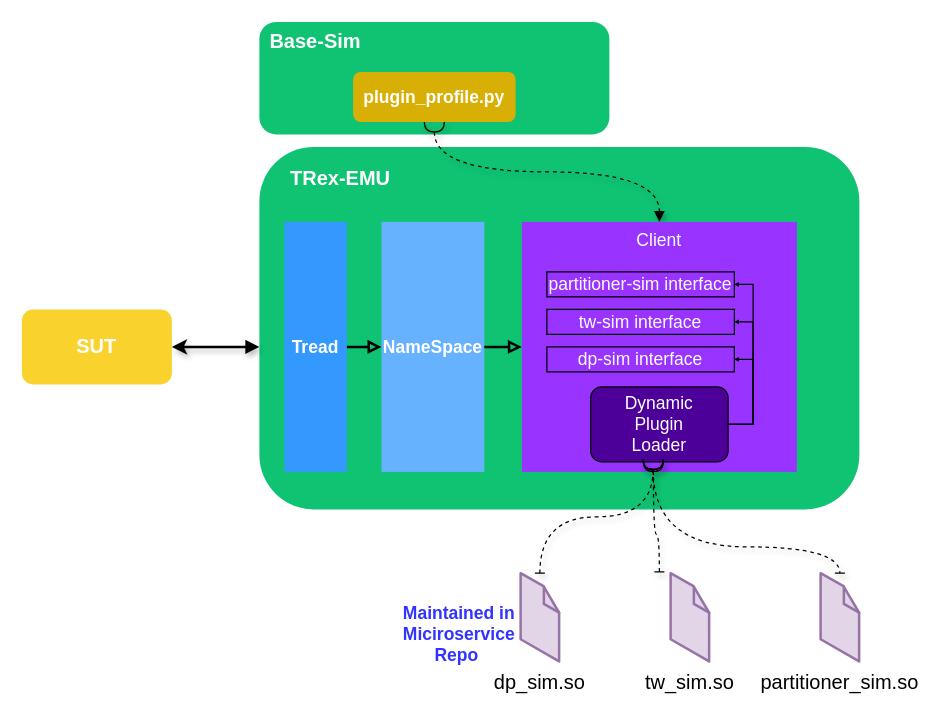
Before: page "第 4 页" (4 of 9) of 未命名绘图.drawio in SunLucc/Test, a draw.io diagram. Source tidied: cells renumbered, new cells numbered last; positions are measured from the earlier drawing's top-left corner, leaving out a move shared by most shapes. Both pictures are drawn from the tidied source at 125%, with x=0, y=0 at pixel (21, 21).
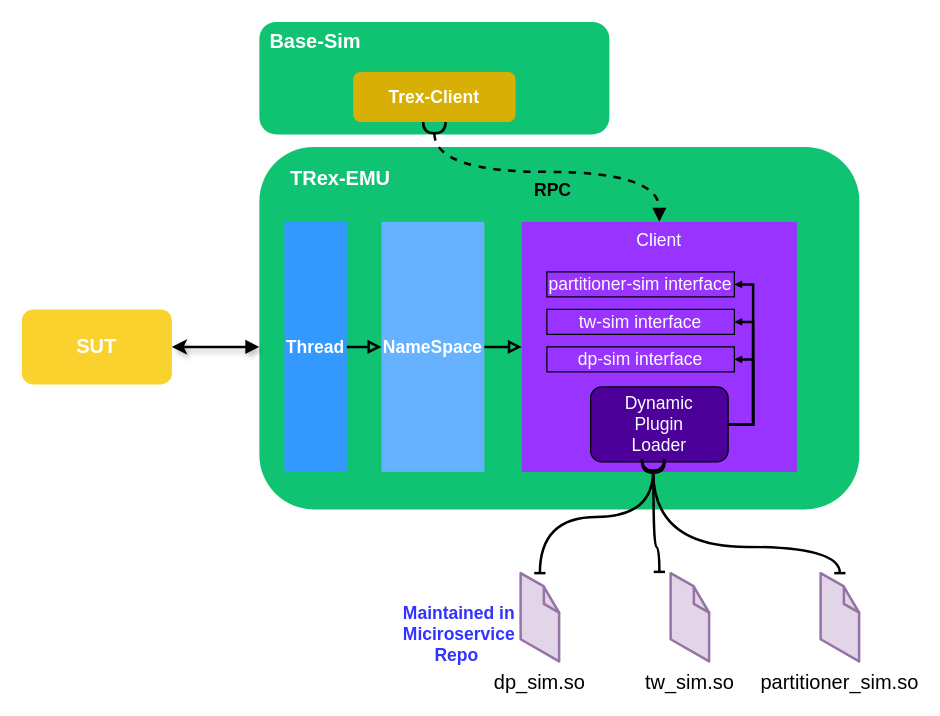
The same diagram, later.

The change refers to these unchanged cells:
```xml
<mxCell id="3" value="&lt;font face=&quot;Helvetica&quot;&gt;dp_sim.so&lt;/font&gt;" style="verticalLabelPosition=bottom;html=1;verticalAlign=top;strokeWidth=1;align=center;outlineConnect=0;dashed=0;outlineConnect=0;shape=mxgraph.aws3d.file;strokeColor=#9673a6;rounded=1;shadow=0;labelBackgroundColor=none;fillStyle=auto;fontFamily=Comic Sans MS;fontSize=16;fillColor=#e1d5e7;" parent="1" vertex="1">
  <mxGeometry x="399" y="441" width="30.8" height="70.6" as="geometry" />
</mxCell>
<mxCell id="5" value="&lt;font face=&quot;Helvetica&quot;&gt;partitioner_sim.so&lt;/font&gt;" style="verticalLabelPosition=bottom;html=1;verticalAlign=top;strokeWidth=1;align=center;outlineConnect=0;dashed=0;outlineConnect=0;shape=mxgraph.aws3d.file;strokeColor=#9673a6;rounded=1;shadow=0;labelBackgroundColor=none;fillStyle=auto;fontFamily=Comic Sans MS;fontSize=16;fillColor=#e1d5e7;" parent="1" vertex="1">
  <mxGeometry x="639" y="441" width="30.8" height="70.6" as="geometry" />
</mxCell>
<mxCell id="14" style="group;" parent="1" vertex="1">
  <mxGeometry x="210" y="160" width="410" height="200" as="geometry" />
</mxCell>
<mxCell id="18" style="rounded=0;whiteSpace=wrap;html=1;strokeColor=none;fontFamily=Helvetica;fontSize=14;fontColor=#FFFFFF;fillColor=#9933FF;" parent="14" vertex="1">
  <mxGeometry x="190" width="220" height="200" as="geometry" />
</mxCell>
<mxCell id="23" value="&lt;font style=&quot;font-size: 14px;&quot;&gt;Dynamic&lt;br style=&quot;border-color: var(--border-color);&quot;&gt;Plugin&lt;br&gt;Loader&lt;br&gt;&lt;/font&gt;" style="rounded=1;whiteSpace=wrap;html=1;strokeColor=default;fontFamily=Helvetica;fontColor=#FFFFFF;fillColor=#4C0099;" parent="14" vertex="1">
  <mxGeometry x="245" y="132" width="110" height="60" as="geometry" />
</mxCell>
<mxCell id="24" value="dp-sim interface" style="rounded=0;whiteSpace=wrap;html=1;strokeColor=default;fontFamily=Helvetica;fontSize=14;fontColor=#FFFFFF;fillColor=none;" parent="14" vertex="1">
  <mxGeometry x="210" y="100" width="150" height="20" as="geometry" />
</mxCell>
<mxCell id="25" value="tw-sim interface" style="rounded=0;whiteSpace=wrap;html=1;strokeColor=default;fontFamily=Helvetica;fontSize=14;fontColor=#FFFFFF;fillColor=none;" parent="14" vertex="1">
  <mxGeometry x="210" y="70" width="150" height="20" as="geometry" />
</mxCell>
<mxCell id="26" value="partitioner-sim interface" style="rounded=0;whiteSpace=wrap;html=1;strokeColor=default;fontFamily=Helvetica;fontSize=14;fontColor=#FFFFFF;fillColor=none;" parent="14" vertex="1">
  <mxGeometry x="210" y="40" width="150" height="20" as="geometry" />
</mxCell>
```

Diff of the diagram source:
```diff
@@
-    <mxCell id="9" style="edgeStyle=elbowEdgeStyle;curved=1;jettySize=auto;elbow=vertical;html=1;exitX=0.5;exitY=1;exitDx=0;exitDy=0;entryX=0.5;entryY=0;entryDx=0;entryDy=0;shadow=1;dashed=1;strokeColor=#000000;strokeWidth=1;fontFamily=Comic Sans MS;fontSize=16;fontColor=#000000;startArrow=halfCircle;startFill=0;endArrow=block;endFill=1;" parent="1" edge="1" source="12" target="18">
+    <mxCell id="9" style="edgeStyle=elbowEdgeStyle;curved=1;jettySize=auto;elbow=vertical;html=1;exitX=0.5;exitY=1;exitDx=0;exitDy=0;entryX=0.5;entryY=0;entryDx=0;entryDy=0;shadow=0;dashed=1;strokeColor=#000000;strokeWidth=2;fontFamily=Comic Sans MS;fontSize=16;fontColor=#000000;startArrow=halfCircle;startFill=0;endArrow=block;endFill=1;" parent="1" edge="1" source="12" target="18">
       <mxGeometry relative="1" as="geometry" />
     </mxCell>
@@
-    <mxCell id="12" value="&lt;b style=&quot;border-color: var(--border-color); font-size: 14px;&quot;&gt;plugin_profile.py&lt;/b&gt;" style="rounded=1;whiteSpace=wrap;html=1;strokeColor=none;fontFamily=Helvetica;fontColor=#FFFFFF;fillColor=#D8AF05;" parent="1" vertex="1">
+    <mxCell id="12" value="&lt;b style=&quot;border-color: var(--border-color); font-size: 14px;&quot;&gt;Trex-Client&lt;/b&gt;" style="rounded=1;whiteSpace=wrap;html=1;strokeColor=none;fontFamily=Helvetica;fontColor=#FFFFFF;fillColor=#D8AF05;" parent="1" vertex="1">
       <mxGeometry x="265" y="40" width="130" height="40" as="geometry" />
     </mxCell>
@@
-    <mxCell id="15" value="&lt;b&gt;Tread&lt;/b&gt;" style="rounded=0;whiteSpace=wrap;html=1;strokeColor=none;fontFamily=Helvetica;fontSize=14;fontColor=#FFFFFF;fillColor=#3399FF;" parent="14" vertex="1">
+    <mxCell id="15" value="&lt;b&gt;Thread&lt;/b&gt;" style="rounded=0;whiteSpace=wrap;html=1;strokeColor=none;fontFamily=Helvetica;fontSize=14;fontColor=#FFFFFF;fillColor=#3399FF;" parent="14" vertex="1">
       <mxGeometry width="50" height="200" as="geometry" />
     </mxCell>
@@
-    <mxCell id="20" style="edgeStyle=orthogonalEdgeStyle;rounded=0;sketch=0;jettySize=auto;html=1;exitX=1;exitY=0.5;exitDx=0;exitDy=0;strokeWidth=1;fontFamily=Helvetica;fontSize=14;fontColor=#FFFFFF;endArrow=block;endFill=0;entryX=1;entryY=0.5;entryDx=0;entryDy=0;endSize=1;startSize=1;" parent="14" edge="1" source="23" target="25">
+    <mxCell id="20" style="edgeStyle=orthogonalEdgeStyle;rounded=0;sketch=0;jettySize=auto;html=1;exitX=1;exitY=0.5;exitDx=0;exitDy=0;strokeWidth=2;fontFamily=Helvetica;fontSize=14;fontColor=#FFFFFF;endArrow=block;endFill=0;entryX=1;entryY=0.5;entryDx=0;entryDy=0;endSize=1;startSize=1;" parent="14" edge="1" source="23" target="25">
       <mxGeometry relative="1" as="geometry" />
     </mxCell>
-    <mxCell id="21" style="edgeStyle=orthogonalEdgeStyle;rounded=0;sketch=0;jettySize=auto;html=1;entryX=1;entryY=0.5;entryDx=0;entryDy=0;strokeWidth=1;fontFamily=Helvetica;fontSize=14;fontColor=#FFFFFF;endArrow=block;endFill=0;endSize=1;exitX=1;exitY=0.5;exitDx=0;exitDy=0;startSize=1;" parent="14" edge="1" source="23" target="26">
+    <mxCell id="21" style="edgeStyle=orthogonalEdgeStyle;rounded=0;sketch=0;jettySize=auto;html=1;entryX=1;entryY=0.5;entryDx=0;entryDy=0;strokeWidth=2;fontFamily=Helvetica;fontSize=14;fontColor=#FFFFFF;endArrow=block;endFill=0;endSize=1;exitX=1;exitY=0.5;exitDx=0;exitDy=0;startSize=1;" parent="14" edge="1" source="23" target="26">
       <mxGeometry relative="1" as="geometry" />
     </mxCell>
-    <mxCell id="22" style="edgeStyle=orthogonalEdgeStyle;rounded=0;sketch=0;jettySize=auto;html=1;exitX=1;exitY=0.5;exitDx=0;exitDy=0;entryX=1;entryY=0.5;entryDx=0;entryDy=0;strokeWidth=1;fontFamily=Helvetica;fontSize=14;fontColor=#FFFFFF;endArrow=block;endFill=0;endSize=1;startSize=1;" parent="14" edge="1" source="23" target="24">
+    <mxCell id="22" style="edgeStyle=orthogonalEdgeStyle;rounded=0;sketch=0;jettySize=auto;html=1;exitX=1;exitY=0.5;exitDx=0;exitDy=0;entryX=1;entryY=0.5;entryDx=0;entryDy=0;strokeWidth=2;fontFamily=Helvetica;fontSize=14;fontColor=#FFFFFF;endArrow=block;endFill=0;endSize=1;startSize=1;" parent="14" edge="1" source="23" target="24">
       <mxGeometry relative="1" as="geometry" />
     </mxCell>
@@
-    <mxCell id="28" style="edgeStyle=elbowEdgeStyle;curved=1;jettySize=auto;elbow=vertical;html=1;exitX=0.5;exitY=1;exitDx=0;exitDy=0;shadow=1;dashed=1;strokeColor=#000000;strokeWidth=1;fontFamily=Comic Sans MS;fontSize=16;fontColor=#000000;startArrow=halfCircle;startFill=0;endArrow=baseDash;endFill=0;" parent="1" edge="1" target="5">
+    <mxCell id="28" style="edgeStyle=elbowEdgeStyle;curved=1;jettySize=auto;elbow=vertical;html=1;exitX=0.5;exitY=1;exitDx=0;exitDy=0;shadow=0;strokeColor=#000000;strokeWidth=2;fontFamily=Comic Sans MS;fontSize=16;fontColor=#000000;startArrow=halfCircle;startFill=0;endArrow=baseDash;endFill=0;" parent="1" edge="1" target="5">
       <mxGeometry relative="1" as="geometry">
         <mxPoint x="505" y="350" as="sourcePoint" />
         <Array as="points">
           <mxPoint x="600" y="420" />
         </Array>
       </mxGeometry>
     </mxCell>
-    <mxCell id="29" style="edgeStyle=elbowEdgeStyle;curved=1;orthogonalLoop=1;jettySize=auto;elbow=vertical;html=1;exitX=0.502;exitY=1.026;exitDx=0;exitDy=0;shadow=1;dashed=1;strokeColor=#000000;strokeWidth=1;fontFamily=Comic Sans MS;fontSize=16;fontColor=#000000;startArrow=halfCircle;startFill=0;endArrow=baseDash;endFill=0;exitPerimeter=0;" parent="1" edge="1">
+    <mxCell id="29" style="edgeStyle=elbowEdgeStyle;curved=1;orthogonalLoop=1;jettySize=auto;elbow=vertical;html=1;exitX=0.502;exitY=1.026;exitDx=0;exitDy=0;shadow=0;strokeColor=#000000;strokeWidth=2;fontFamily=Comic Sans MS;fontSize=16;fontColor=#000000;startArrow=halfCircle;startFill=0;endArrow=baseDash;endFill=0;exitPerimeter=0;" parent="1" edge="1">
       <mxGeometry relative="1" as="geometry">
         <mxPoint x="505.2" y="351.6" as="sourcePoint" />
         <mxPoint x="510" y="440" as="targetPoint" />
         <Array as="points">
-          <mxPoint x="500" y="410" />
+          <mxPoint x="500" y="420" />
         </Array>
       </mxGeometry>
     </mxCell>
-    <mxCell id="30" style="edgeStyle=elbowEdgeStyle;curved=1;jettySize=auto;elbow=vertical;html=1;exitX=0.5;exitY=1;exitDx=0;exitDy=0;shadow=1;dashed=1;strokeColor=#000000;strokeWidth=1;fontFamily=Comic Sans MS;fontSize=16;fontColor=#000000;startArrow=halfCircle;startFill=0;endArrow=baseDash;endFill=0;" parent="1" edge="1" target="3">
+    <mxCell id="30" style="edgeStyle=elbowEdgeStyle;curved=1;jettySize=auto;elbow=vertical;html=1;exitX=0.5;exitY=1;exitDx=0;exitDy=0;shadow=0;strokeColor=#000000;strokeWidth=2;fontFamily=Comic Sans MS;fontSize=16;fontColor=#000000;startArrow=halfCircle;startFill=0;endArrow=baseDash;endFill=0;" parent="1" edge="1" target="3">
       <mxGeometry relative="1" as="geometry">
         <mxPoint x="505" y="350" as="sourcePoint" />
       </mxGeometry>
     </mxCell>
+    <mxCell id="31" value="&lt;b&gt;&lt;font color=&quot;#000000&quot;&gt;RPC&lt;/font&gt;&lt;/b&gt;" style="text;html=1;strokeColor=none;fillColor=none;align=center;verticalAlign=middle;whiteSpace=wrap;rounded=0;shadow=0;dashed=0;labelBackgroundColor=none;sketch=0;fillStyle=cross-hatch;fontFamily=Helvetica;fontSize=14;fontColor=#3333FF;" parent="1" vertex="1">
+      <mxGeometry x="395" y="120" width="60" height="30" as="geometry" />
+    </mxCell>
```
